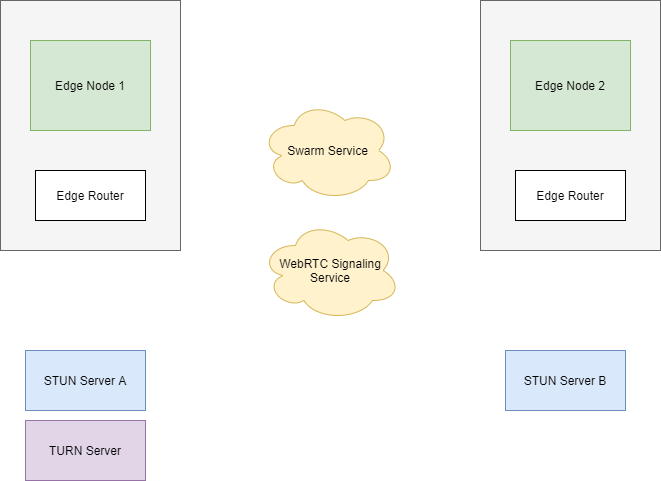
The draw.io diagram docs/content/diagrams/webrtc-connection-establishment.png in dxos/mesh, before a commit. Source tidied: cells renumbered, new cells last; positions are measured from the earlier drawing's top-left corner, leaving out a move shared by most shapes.
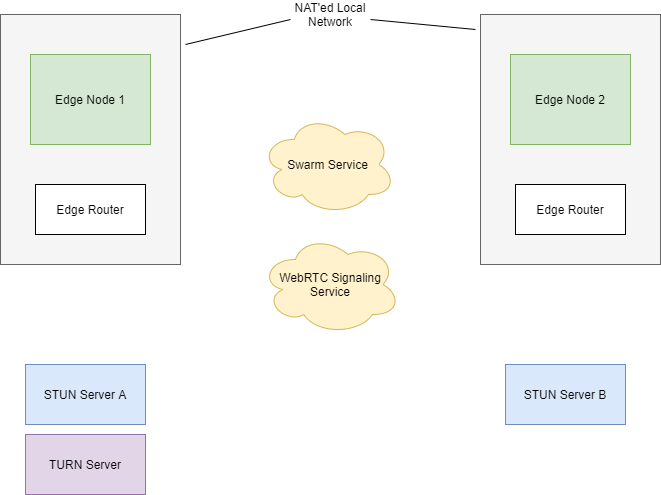
Above is the later version.

What changed in the source:
```diff
@@ -35,5 +35,18 @@
     <mxCell id="12" value="TURN Server" style="rounded=0;whiteSpace=wrap;html=1;fillColor=#e1d5e7;strokeColor=#9673a6;" parent="1" vertex="1">
       <mxGeometry x="25" y="420" width="120" height="60" as="geometry" />
     </mxCell>
+    <mxCell id="13" value="NAT'ed Local Network" style="text;html=1;strokeColor=none;fillColor=none;align=center;verticalAlign=middle;whiteSpace=wrap;rounded=0;" parent="1" vertex="1">
+      <mxGeometry x="290" y="-10" width="80" height="20" as="geometry" />
+    </mxCell>
+    <mxCell id="14" style="endArrow=none;html=1;entryX=0;entryY=0.75;entryDx=0;entryDy=0;" parent="1" edge="1" target="13">
+      <mxGeometry relative="1" as="geometry">
+        <mxPoint x="185" y="30" as="sourcePoint" />
+      </mxGeometry>
+    </mxCell>
+    <mxCell id="15" style="endArrow=none;html=1;entryX=1;entryY=0.75;entryDx=0;entryDy=0;" parent="1" edge="1" target="13">
+      <mxGeometry relative="1" as="geometry">
+        <mxPoint x="475" y="15" as="sourcePoint" />
+      </mxGeometry>
+    </mxCell>
   </root>
 </mxGraphModel>
```
